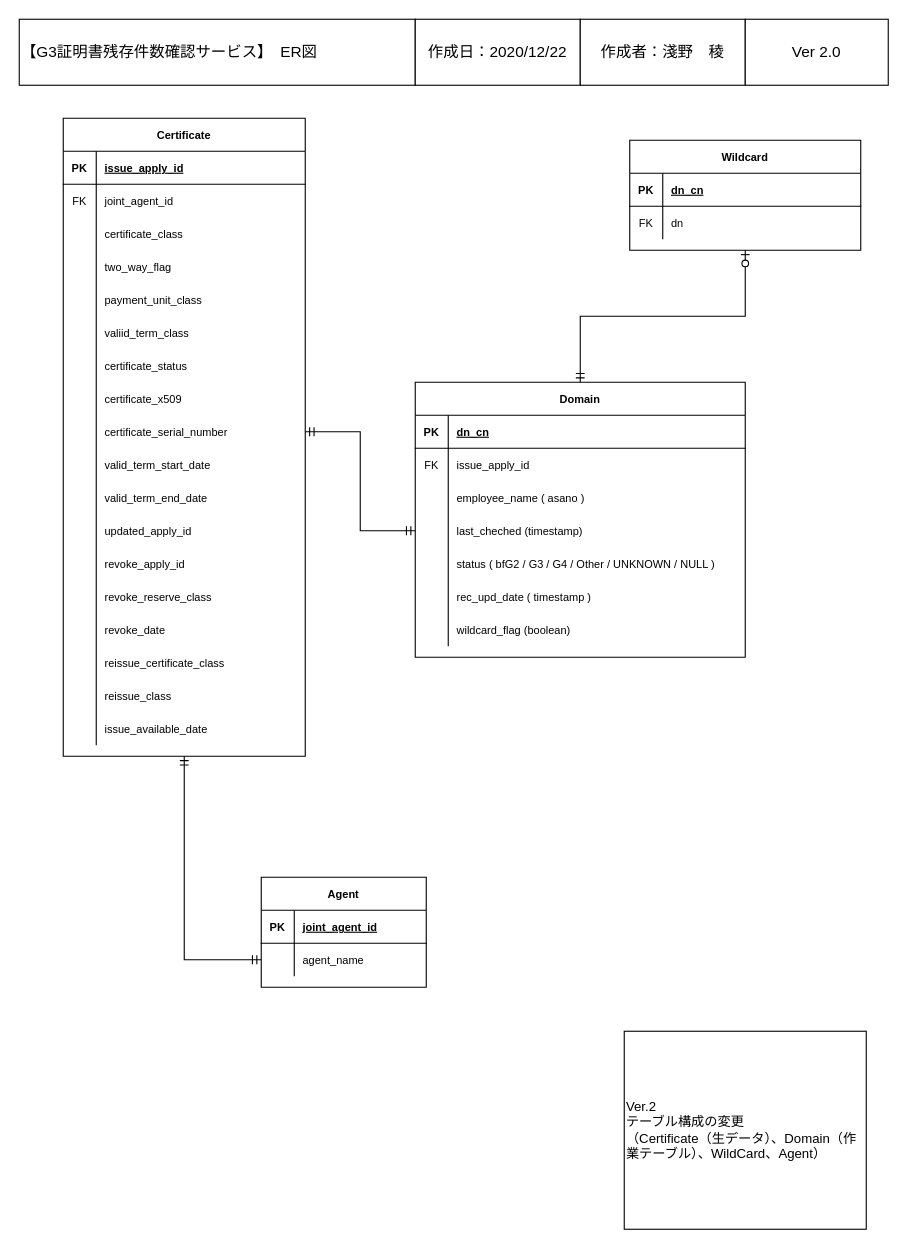
Earlier version of the draw.io diagram page "ER図" (3 of 6) of UMLDiagram.drawio (r-asano/kaihatsubuKenshu). Source tidied: cells renumbered, new cells numbered last; positions are measured from the earlier drawing's top-left corner, leaving out a move shared by most shapes. Both pictures are drawn from the tidied source at 110%, with x=0, y=0 at pixel (19, 19).
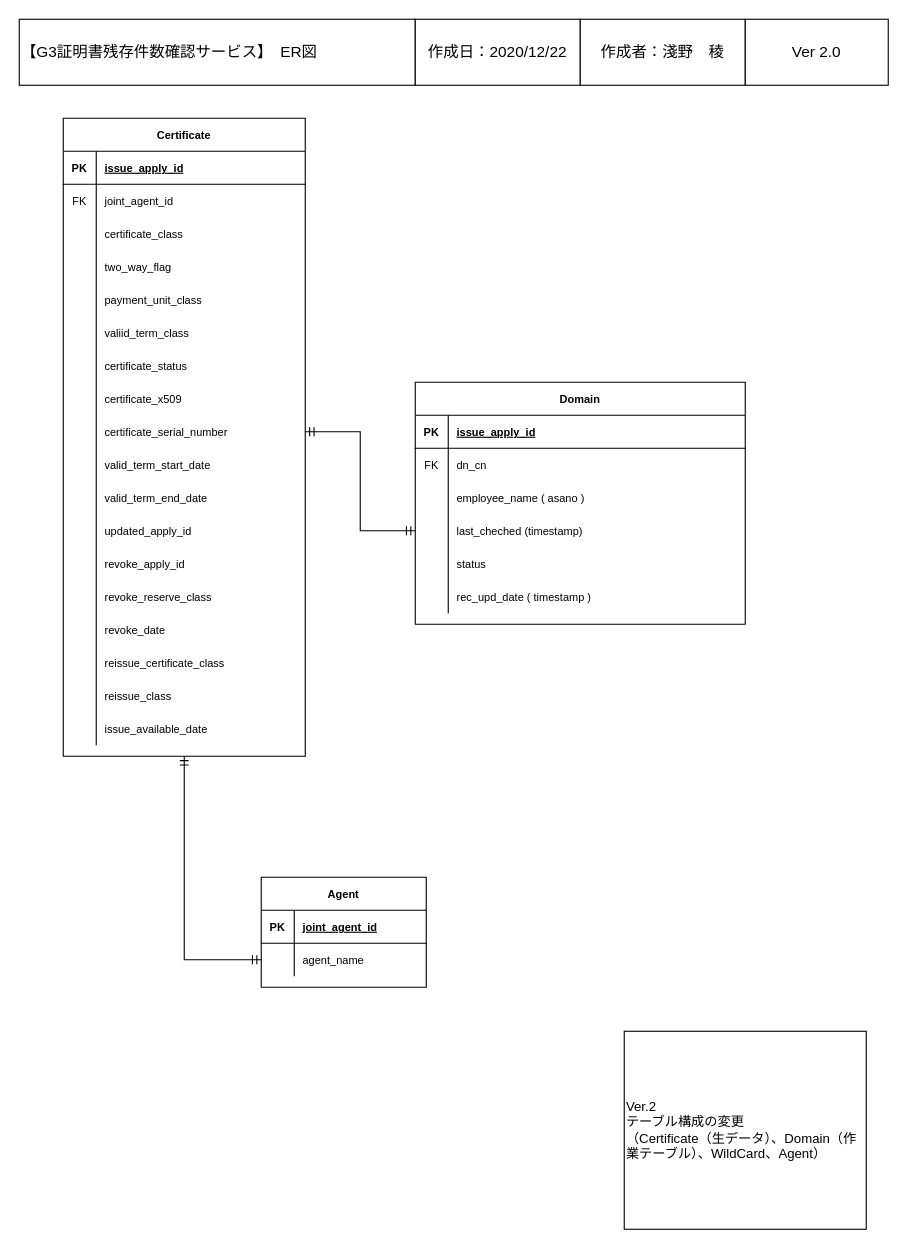
Above is the later version.

The change refers to these unchanged cells:
```xml
<mxCell id="3" style="shape=partialRectangle;fillColor=none;top=0;left=0;right=0;bottom=1;fontSize=10;" parent="2" vertex="1">
  <mxGeometry y="30" width="300" height="30" as="geometry" />
</mxCell>
<mxCell id="6" style="shape=partialRectangle;fillColor=none;top=0;left=0;right=0;bottom=0;fontSize=10;" parent="2" vertex="1">
  <mxGeometry y="60" width="300" height="30" as="geometry" />
</mxCell>
<mxCell id="15" style="shape=partialRectangle;fillColor=none;top=0;left=0;right=0;bottom=0;fontSize=10;" parent="2" vertex="1">
  <mxGeometry y="150" width="300" height="30" as="geometry" />
</mxCell>
```

Change to the diagram source:
```diff
@@
     <mxCell id="2" value="Domain" style="shape=table;startSize=30;childLayout=tableLayout;rowLines=0;fontStyle=1;align=center;fontSize=10;" parent="1" vertex="1">
-      <mxGeometry x="360" y="330" width="300" height="250" as="geometry" />
+      <mxGeometry x="360" y="330" width="300" height="220" as="geometry" />
     </mxCell>
@@
-    <mxCell id="5" value="dn_cn" style="shape=partialRectangle;overflow=hidden;fillColor=none;top=0;left=0;bottom=0;right=0;align=left;spacingLeft=6;fontStyle=5;fontSize=10;" parent="3" vertex="1">
+    <mxCell id="5" value="issue_apply_id" style="shape=partialRectangle;overflow=hidden;fillColor=none;top=0;left=0;bottom=0;right=0;align=left;spacingLeft=6;fontStyle=5;fontSize=10;" parent="3" vertex="1">
       <mxGeometry x="30" width="270" height="30" as="geometry" />
     </mxCell>
@@
-    <mxCell id="8" value="issue_apply_id" style="shape=partialRectangle;overflow=hidden;fillColor=none;top=0;left=0;bottom=0;right=0;align=left;spacingLeft=6;fontSize=10;" parent="6" vertex="1">
+    <mxCell id="8" value="dn_cn" style="shape=partialRectangle;overflow=hidden;fillColor=none;top=0;left=0;bottom=0;right=0;align=left;spacingLeft=6;fontSize=10;" parent="6" vertex="1">
       <mxGeometry x="30" width="270" height="30" as="geometry" />
     </mxCell>
@@
-    <mxCell id="17" value="status ( bfG2 / G3 / G4 / Other / UNKNOWN / NULL )" style="shape=partialRectangle;overflow=hidden;fillColor=none;top=0;left=0;bottom=0;right=0;align=left;spacingLeft=6;fontSize=10;" parent="15" vertex="1">
+    <mxCell id="17" value="status " style="shape=partialRectangle;overflow=hidden;fillColor=none;top=0;left=0;bottom=0;right=0;align=left;spacingLeft=6;fontSize=10;" parent="15" vertex="1">
       <mxGeometry x="30" width="270" height="30" as="geometry" />
     </mxCell>
@@
-    <mxCell id="21" style="shape=partialRectangle;fillColor=none;top=0;left=0;right=0;bottom=0;fontSize=10;" parent="2" vertex="1">
-      <mxGeometry y="210" width="300" height="30" as="geometry" />
-    </mxCell>
-    <mxCell id="22" style="shape=partialRectangle;overflow=hidden;fillColor=none;top=0;left=0;bottom=0;right=0;fontSize=10;" parent="21" vertex="1">
-      <mxGeometry width="30" height="30" as="geometry" />
-    </mxCell>
-    <mxCell id="23" value="wildcard_flag (boolean)" style="shape=partialRectangle;overflow=hidden;fillColor=none;top=0;left=0;bottom=0;right=0;align=left;spacingLeft=6;fontSize=10;" parent="21" vertex="1">
-      <mxGeometry x="30" width="270" height="30" as="geometry" />
-    </mxCell>
@@
-    <mxCell id="35" style="edgeStyle=orthogonalEdgeStyle;rounded=0;jettySize=auto;html=1;exitX=0.5;exitY=1;exitDx=0;exitDy=0;entryX=0.5;entryY=0;entryDx=0;entryDy=0;startArrow=ERzeroToOne;startFill=1;endArrow=ERmandOne;endFill=0;" parent="1" edge="1" source="36" target="2">
-      <mxGeometry relative="1" as="geometry" />
-    </mxCell>
-    <mxCell id="36" value="Wildcard" style="shape=table;startSize=30;childLayout=tableLayout;rowLines=0;fontStyle=1;align=center;fontSize=10;" parent="1" vertex="1">
-      <mxGeometry x="555" y="110" width="210" height="100" as="geometry" />
-    </mxCell>
-    <mxCell id="37" style="shape=partialRectangle;fillColor=none;top=0;left=0;right=0;bottom=1;fontSize=10;" parent="36" vertex="1">
-      <mxGeometry y="30" width="210" height="30" as="geometry" />
-    </mxCell>
-    <mxCell id="38" value="PK" style="shape=partialRectangle;overflow=hidden;fillColor=none;top=0;left=0;bottom=0;right=0;fontStyle=1;fontSize=10;" parent="37" vertex="1">
-      <mxGeometry width="30" height="30" as="geometry" />
-    </mxCell>
-    <mxCell id="39" value="dn_cn" style="shape=partialRectangle;overflow=hidden;fillColor=none;top=0;left=0;bottom=0;right=0;align=left;spacingLeft=6;fontStyle=5;fontSize=10;" parent="37" vertex="1">
-      <mxGeometry x="30" width="180" height="30" as="geometry" />
-    </mxCell>
-    <mxCell id="40" style="shape=partialRectangle;fillColor=none;top=0;left=0;right=0;bottom=0;fontSize=10;" parent="36" vertex="1">
-      <mxGeometry y="60" width="210" height="30" as="geometry" />
-    </mxCell>
-    <mxCell id="41" value="FK" style="shape=partialRectangle;overflow=hidden;fillColor=none;top=0;left=0;bottom=0;right=0;fontSize=10;" parent="40" vertex="1">
-      <mxGeometry width="30" height="30" as="geometry" />
-    </mxCell>
-    <mxCell id="42" value="dn" style="shape=partialRectangle;overflow=hidden;fillColor=none;top=0;left=0;bottom=0;right=0;align=left;spacingLeft=6;fontSize=10;" parent="40" vertex="1">
-      <mxGeometry x="30" width="180" height="30" as="geometry" />
-    </mxCell>
```
